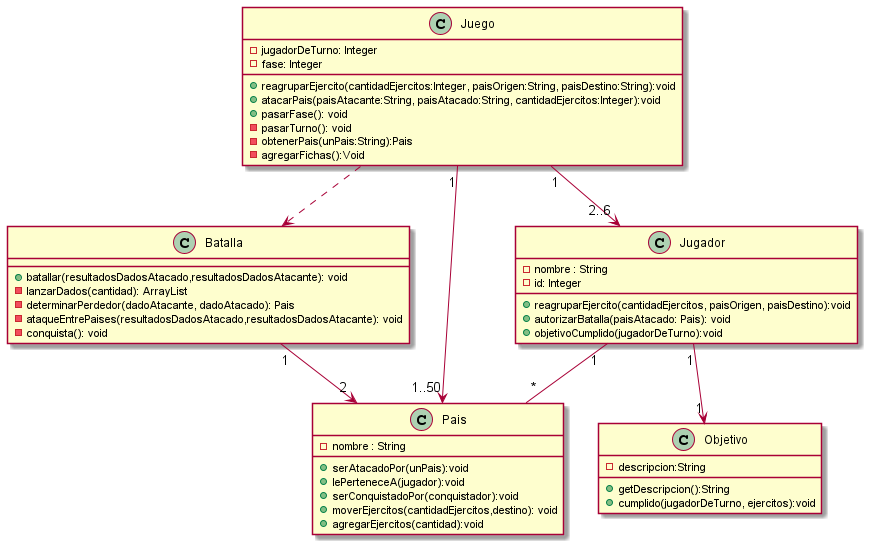
nauee/Algo3-TP2 keeps this PlantUML diagram as docs/diagramasUML/diagramaDeClase.png. Above is the earlier version.
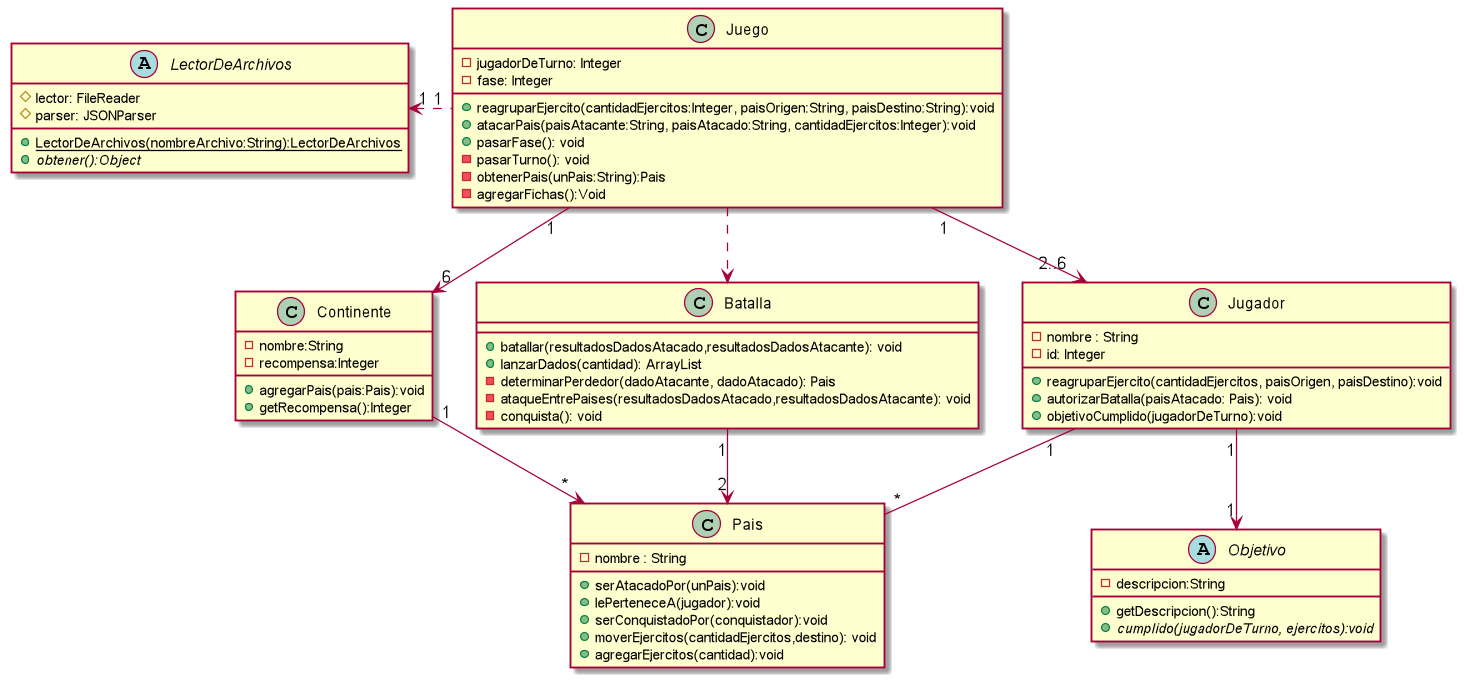
Above is the later version.

Commit message:
Actualizacion diagrama en formato imagen

Change to the diagram source:
```diff
@@ -15,7 +15,7 @@
 class Batalla{
 
     +batallar(resultadosDadosAtacado,resultadosDadosAtacante): void
-    -lanzarDados(cantidad): ArrayList
+    +lanzarDados(cantidad): ArrayList
     -determinarPerdedor(dadoAtacante, dadoAtacado): Pais
     -ataqueEntrePaises(resultadosDadosAtacado,resultadosDadosAtacante): void
     -conquista(): void
@@ -31,11 +31,11 @@
     +agregarEjercitos(cantidad):void
 }
 
-class Objetivo{
+abstract class Objetivo{
     -descripcion:String
 
     +getDescripcion():String
-    +cumplido(jugadorDeTurno, ejercitos):void
+    +{abstract}cumplido(jugadorDeTurno, ejercitos):void
 }
 
 class Jugador{
@@ -47,11 +47,28 @@
     +objetivoCumplido(jugadorDeTurno):void
 }
 
+abstract class LectorDeArchivos{
+    #lector: FileReader
+    #parser: JSONParser
+
+    +{static}LectorDeArchivos(nombreArchivo:String):LectorDeArchivos
+    +{abstract}obtener():Object
+}
+
+class Continente{
+    -nombre:String
+    -recompensa:Integer
+
+    +agregarPais(pais:Pais):void
+    +getRecompensa():Integer
+}
+
 Juego "1"-down->"2..6" Jugador
-Juego "1" -down-> "1..50" Pais
 Jugador "1"-down-"*" Pais
 Jugador "1"-down->"1" Objetivo
 Juego ..> Batalla
-Batalla "1"-right->"2" Pais
-
+Batalla "1"-->"2" Pais
+Juego "1".left.>"1" LectorDeArchivos
+Juego "1"-right->"6" Continente
+Continente "1"-->"*"Pais
 @enduml
```
